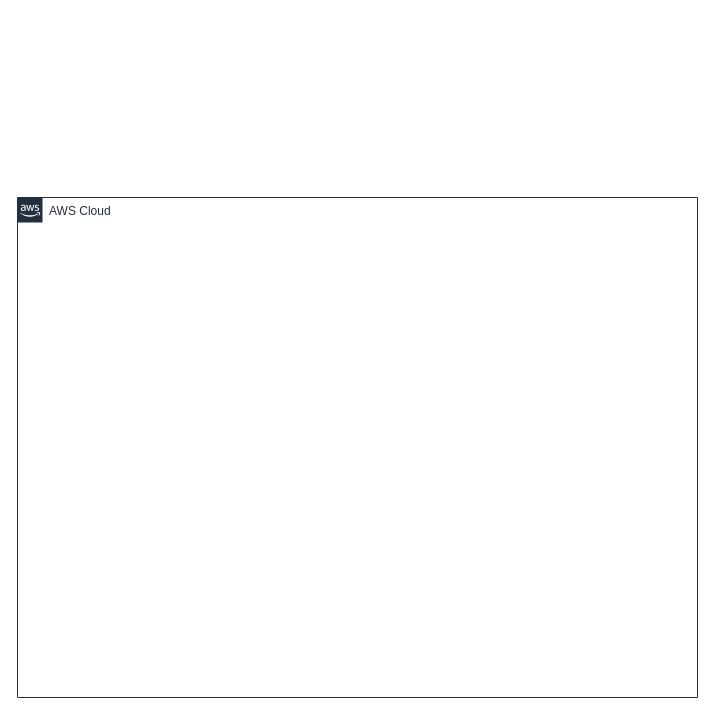
The draw.io diagram aws-poc-lz.drawio in TonyTong502/aws-poc-landing-zone, before the edit. Source tidied: cells renumbered, new cells numbered last; positions are measured from the earlier drawing's top-left corner, leaving out a move shared by most shapes. Both pictures are drawn from the tidied source at 100%, with x=0, y=0 at pixel (17, 197). Pictures stored in the file or linked from it are replaced by grey dashed boxes.
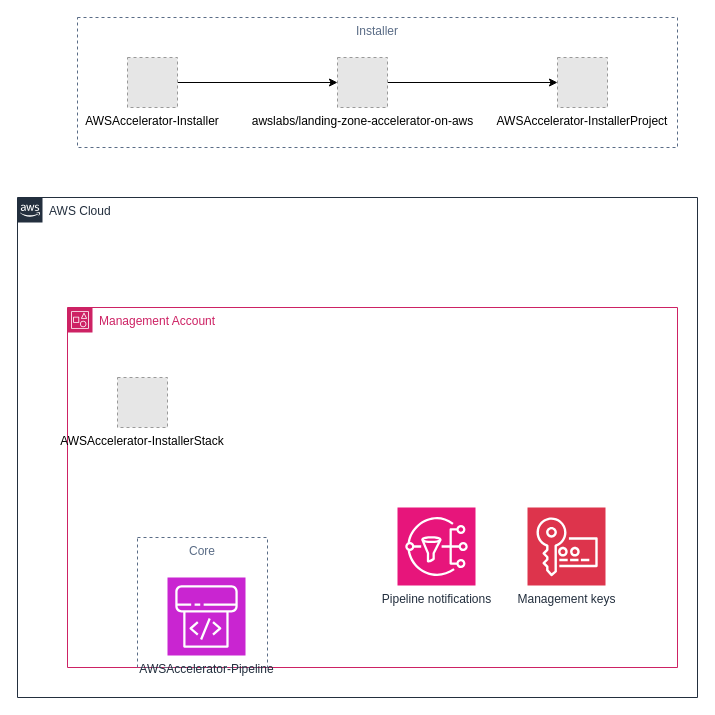
After the change.

The edit, as a diff of the source:
```diff
@@
 <mxGraphModel>
   <root>
     <mxCell id="0" />
     <mxCell id="1" parent="0" />
     <mxCell id="2" value="AWS Cloud" style="gradientColor=none;html=1;whiteSpace=wrap;fontSize=12;fontStyle=0;shape=mxgraph.aws4.group;grIcon=mxgraph.aws4.group_aws_cloud_alt;strokeColor=#232F3E;fillColor=none;verticalAlign=top;align=left;spacingLeft=30;fontColor=#232F3E;dashed=0;" parent="1" vertex="1">
       <mxGeometry width="680" height="500" as="geometry" />
     </mxCell>
+    <mxCell id="3" value="Management Account" style="gradientColor=none;html=1;whiteSpace=wrap;fontSize=12;fontStyle=0;shape=mxgraph.aws4.group;grIcon=mxgraph.aws4.group_account;strokeColor=#CD2264;fillColor=none;verticalAlign=top;align=left;spacingLeft=30;fontColor=#CD2264;dashed=0;" parent="2" vertex="1">
+      <mxGeometry x="50" y="110" width="610" height="360" as="geometry" />
+    </mxCell>
+    <mxCell id="4" value="AWSAccelerator-InstallerStack" style="fillColor=#E6E6E6;strokeColor=#999999;dashed=1;verticalLabelPosition=bottom;verticalAlign=top;" parent="3" vertex="1">
+      <mxGeometry x="50" y="70" width="50" height="50" as="geometry" />
+    </mxCell>
+    <mxCell id="5" value="Core" style="fillColor=none;strokeColor=#5A6C86;dashed=1;verticalAlign=top;fontStyle=0;fontColor=#5A6C86;whiteSpace=wrap;html=1;" parent="3" vertex="1">
+      <mxGeometry x="70" y="230" width="130" height="130" as="geometry" />
+    </mxCell>
+    <mxCell id="6" value="Pipeline notifications" style="sketch=0;fontColor=#232F3E;fillColor=#E7157B;strokeColor=#ffffff;dashed=0;verticalLabelPosition=bottom;verticalAlign=top;align=center;html=1;fontSize=12;fontStyle=0;shape=mxgraph.aws4.resourceIcon;resIcon=mxgraph.aws4.sns;" parent="3" vertex="1">
+      <mxGeometry x="330" y="200" width="78" height="78" as="geometry" />
+    </mxCell>
+    <mxCell id="7" value="Management keys" style="sketch=0;fontColor=#232F3E;fillColor=#DD344C;strokeColor=#ffffff;dashed=0;verticalLabelPosition=bottom;verticalAlign=top;align=center;html=1;fontSize=12;fontStyle=0;shape=mxgraph.aws4.resourceIcon;resIcon=mxgraph.aws4.key_management_service;" parent="3" vertex="1">
+      <mxGeometry x="460" y="200" width="78" height="78" as="geometry" />
+    </mxCell>
+    <mxCell id="8" value="AWSAccelerator-Pipeline" style="sketch=0;fontColor=#232F3E;fillColor=#C925D1;strokeColor=#ffffff;dashed=0;verticalLabelPosition=bottom;verticalAlign=top;align=center;html=1;fontSize=12;fontStyle=0;shape=mxgraph.aws4.resourceIcon;resIcon=mxgraph.aws4.codepipeline;" parent="3" vertex="1">
+      <mxGeometry x="100" y="270" width="78" height="78" as="geometry" />
+    </mxCell>
+    <mxCell id="9" value="Installer" style="fillColor=none;strokeColor=#5A6C86;dashed=1;verticalAlign=top;fontStyle=0;fontColor=#5A6C86;whiteSpace=wrap;html=1;" parent="1" vertex="1">
+      <mxGeometry x="60" y="-180" width="600" height="130" as="geometry" />
+    </mxCell>
+    <mxCell id="10" style="edgeStyle=orthogonalEdgeStyle;rounded=0;jettySize=auto;html=1;entryX=0;entryY=0.5;entryDx=0;entryDy=0;" parent="1" edge="1" source="11" target="13">
+      <mxGeometry relative="1" as="geometry" />
+    </mxCell>
+    <mxCell id="11" value="AWSAccelerator-Installer" style="fillColor=#E6E6E6;strokeColor=#999999;dashed=1;verticalLabelPosition=bottom;verticalAlign=top;" parent="1" vertex="1">
+      <mxGeometry x="110" y="-140" width="50" height="50" as="geometry" />
+    </mxCell>
+    <mxCell id="12" style="edgeStyle=orthogonalEdgeStyle;rounded=0;jettySize=auto;html=1;" parent="1" edge="1" source="13" target="14">
+      <mxGeometry relative="1" as="geometry" />
+    </mxCell>
+    <mxCell id="13" value="awslabs/landing-zone-accelerator-on-aws" style="fillColor=#E6E6E6;strokeColor=#999999;dashed=1;html=1;verticalAlign=top;verticalLabelPosition=bottom;labelBackgroundColor=#ffffff;" parent="1" vertex="1">
+      <mxGeometry x="320" y="-140" width="50" height="50" as="geometry" />
+    </mxCell>
+    <mxCell id="14" value="AWSAccelerator-InstallerProject" style="fillColor=#E6E6E6;strokeColor=#999999;dashed=1;verticalLabelPosition=bottom;verticalAlign=top;" parent="1" vertex="1">
+      <mxGeometry x="540" y="-140" width="50" height="50" as="geometry" />
+    </mxCell>
   </root>
 </mxGraphModel>
```
